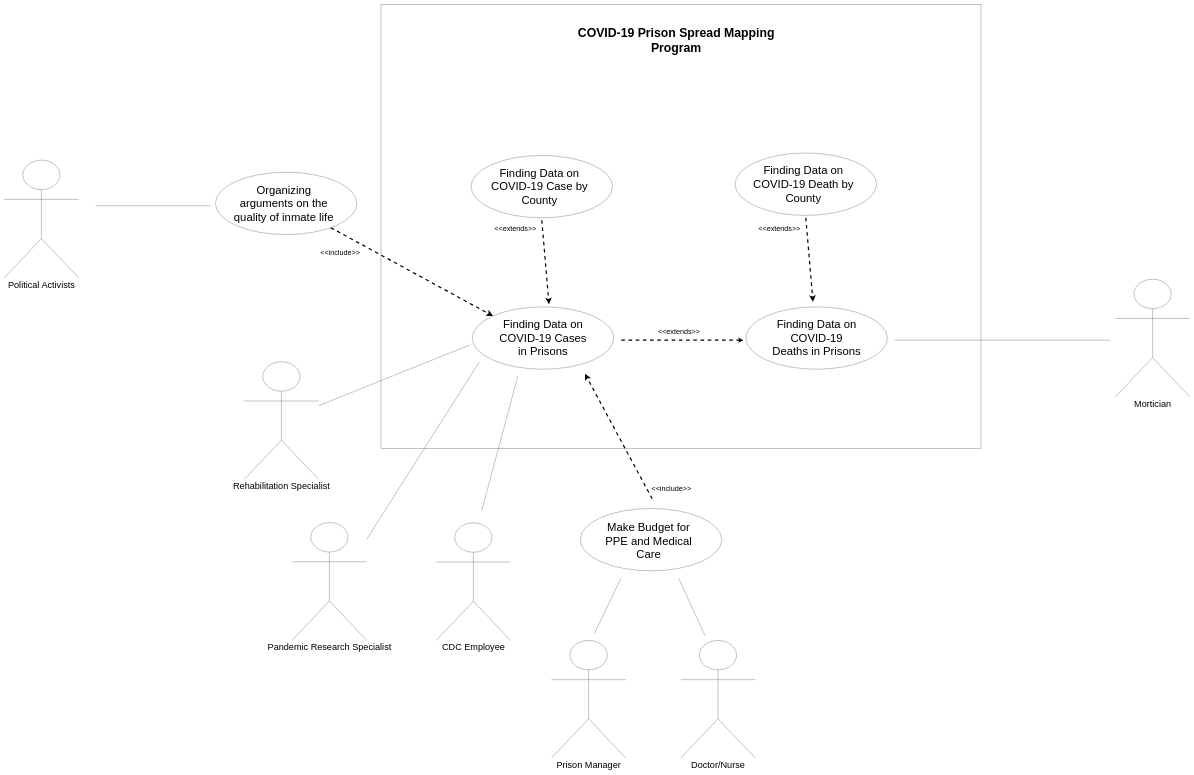
This is SoAPs Use Case Diagram.drawio from Kutoux/SoAPs, a draw.io file, before an edit. Source tidied: cells renumbered, new cells numbered last; positions are measured from the earlier drawing's top-left corner, leaving out a move shared by most shapes. Both pictures are drawn from the tidied source at 24%, with x=0, y=0 at pixel (4, 4).
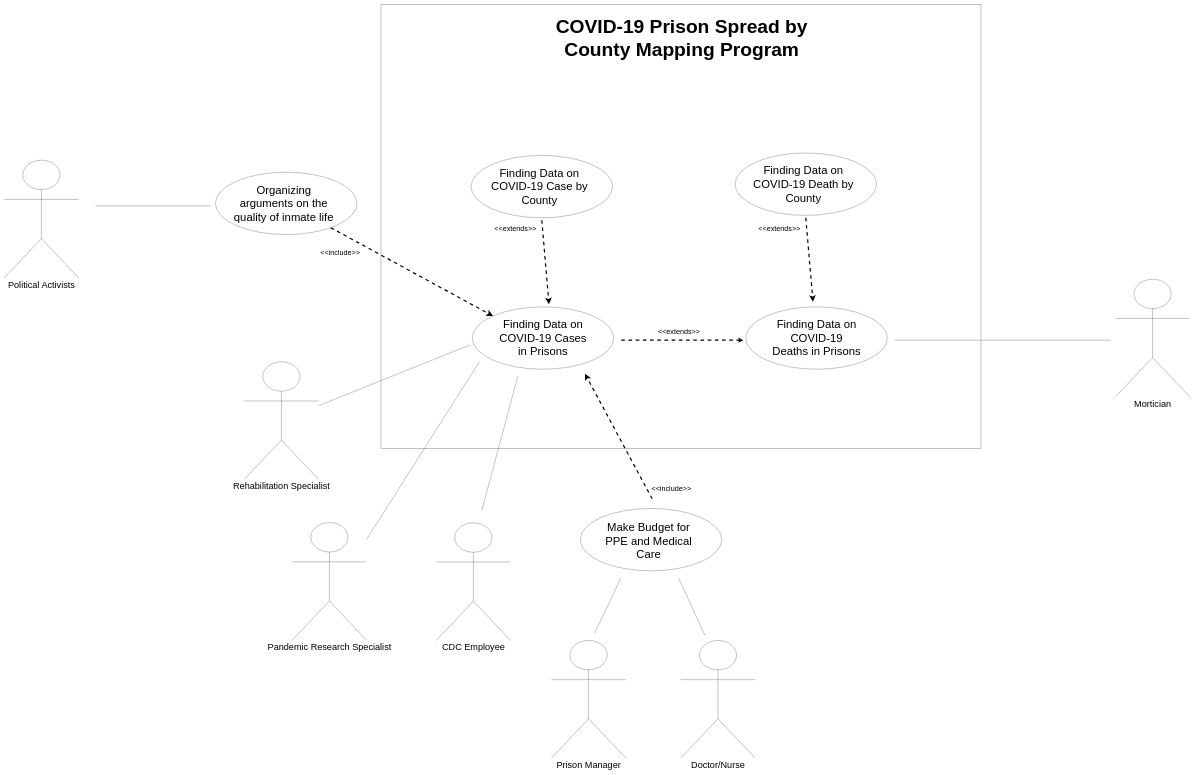
After the change.

Commit message:
okay maybe this is the final copy

What changed in the source:
```diff
@@
-    <mxCell id="19" value="&lt;font style=&quot;font-size: 51px&quot;&gt;&lt;b&gt;COVID-19 Prison Spread Mapping Program&lt;/b&gt;&lt;/font&gt;" style="text;html=1;strokeColor=none;fillColor=none;align=center;verticalAlign=middle;whiteSpace=wrap;rounded=0;fontSize=30;" parent="1" vertex="1">
-      <mxGeometry x="2370" y="70" width="860" height="160" as="geometry" />
+    <mxCell id="19" value="&lt;font size=&quot;1&quot;&gt;&lt;b style=&quot;font-size: 80px&quot;&gt;COVID-19 Prison Spread by County Mapping Program&lt;/b&gt;&lt;/font&gt;" style="text;html=1;strokeColor=none;fillColor=none;align=center;verticalAlign=middle;whiteSpace=wrap;rounded=0;fontSize=30;" parent="1" vertex="1">
+      <mxGeometry x="2176" y="60" width="1294" height="160" as="geometry" />
     </mxCell>
```
